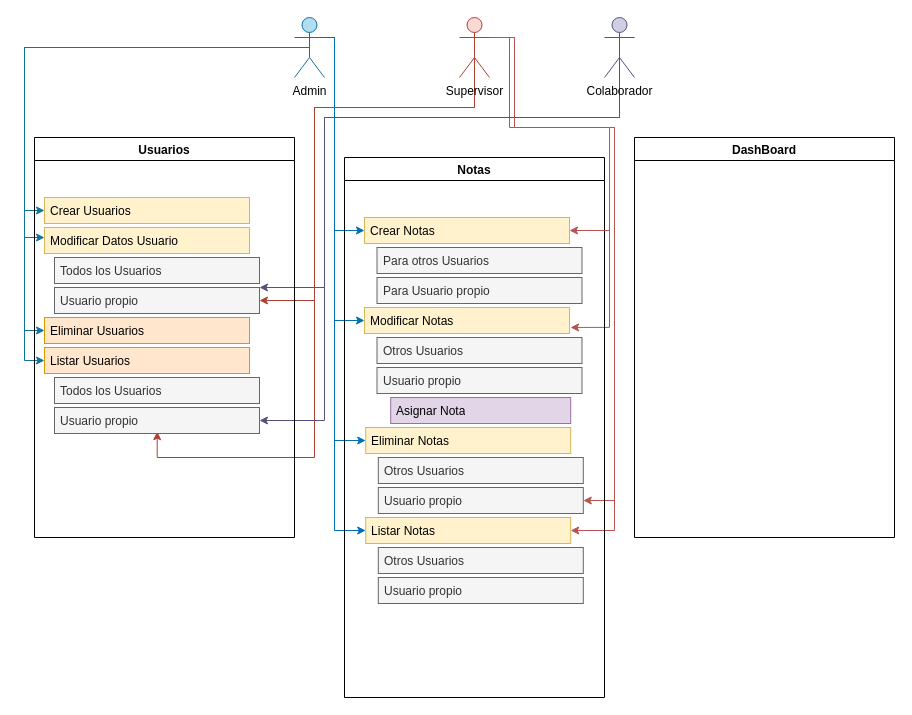
DANIELNAHUN/todo-app- keeps this draw.io diagram as config/todoApp++.drawio. Above is the earlier version. Source tidied: cells renumbered, new cells numbered last; positions are measured from the earlier drawing's top-left corner, leaving out a move shared by most shapes. Both pictures are drawn from the tidied source at 100%, with x=0, y=0 at pixel (24, 17).
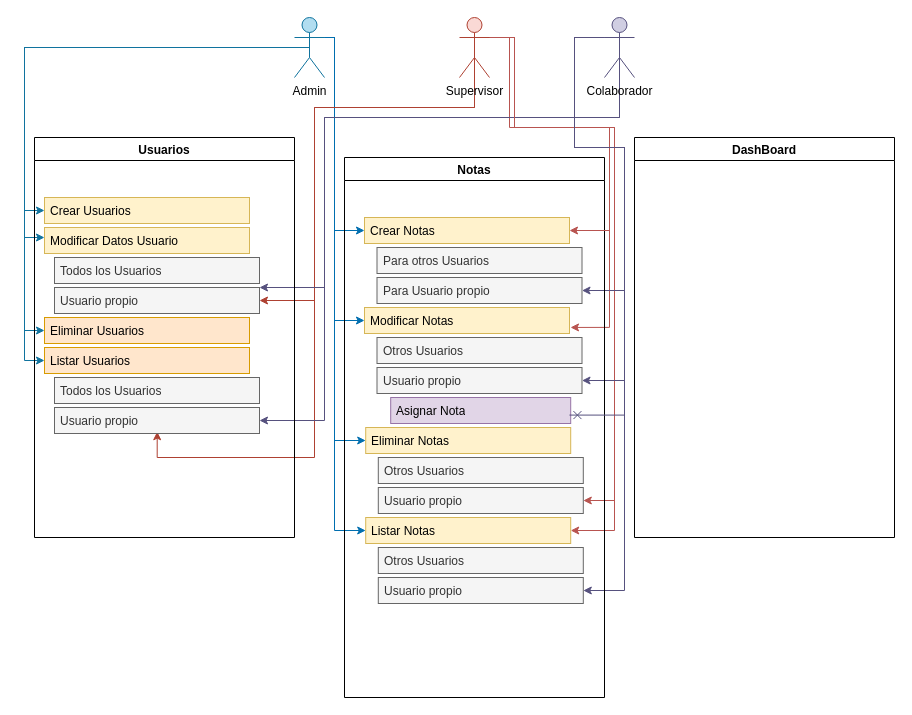
The same page after the edit.

Commit message:
Modulo Notas para Colaborador

Unchanged cells that the change refers to:
```xml
<mxCell id="19" value="Colaborador" style="shape=umlActor;verticalLabelPosition=bottom;verticalAlign=top;html=1;outlineConnect=0;fillColor=#d0cee2;strokeColor=#56517e;" parent="1" vertex="1">
  <mxGeometry x="580" width="30" height="60" as="geometry" />
</mxCell>
<mxCell id="33" value="Para Usuario propio" style="text;strokeColor=#666666;fillColor=#f5f5f5;align=left;verticalAlign=top;spacingLeft=4;spacingRight=4;overflow=hidden;points=[[0,0.5],[1,0.5]];portConstraint=eastwest;whiteSpace=wrap;html=1;fontColor=#333333;" parent="29" vertex="1">
  <mxGeometry x="32.5" y="120" width="205" height="26" as="geometry" />
</mxCell>
<mxCell id="35" value="Usuario propio" style="text;strokeColor=#666666;fillColor=#f5f5f5;align=left;verticalAlign=top;spacingLeft=4;spacingRight=4;overflow=hidden;points=[[0,0.5],[1,0.5]];portConstraint=eastwest;whiteSpace=wrap;html=1;fontColor=#333333;" parent="29" vertex="1">
  <mxGeometry x="32.5" y="210" width="205" height="26" as="geometry" />
</mxCell>
<mxCell id="40" value="Usuario propio" style="text;strokeColor=#666666;fillColor=#f5f5f5;align=left;verticalAlign=top;spacingLeft=4;spacingRight=4;overflow=hidden;points=[[0,0.5],[1,0.5]];portConstraint=eastwest;whiteSpace=wrap;html=1;fontColor=#333333;" parent="29" vertex="1">
  <mxGeometry x="33.8" y="420" width="205" height="26" as="geometry" />
</mxCell>
<mxCell id="42" value="Asignar Nota" style="text;strokeColor=#9673a6;fillColor=#e1d5e7;align=left;verticalAlign=top;spacingLeft=4;spacingRight=4;overflow=hidden;points=[[0,0.5],[1,0.5]];portConstraint=eastwest;whiteSpace=wrap;html=1;" parent="29" vertex="1">
  <mxGeometry x="46.2" y="240" width="180" height="26" as="geometry" />
</mxCell>
```

What changed in the source:
```diff
@@
+    <mxCell id="45" style="edgeStyle=orthogonalEdgeStyle;rounded=0;jettySize=auto;html=1;exitX=0;exitY=0.3333333333333333;exitDx=0;exitDy=0;exitPerimeter=0;entryX=1;entryY=0.5;entryDx=0;entryDy=0;fillColor=#d0cee2;strokeColor=#56517e;" parent="1" edge="1" source="19" target="33">
+      <mxGeometry relative="1" as="geometry">
+        <Array as="points">
+          <mxPoint x="550" y="20" />
+          <mxPoint x="550" y="130" />
+          <mxPoint x="600" y="130" />
+          <mxPoint x="600" y="273" />
+        </Array>
+      </mxGeometry>
+    </mxCell>
+    <mxCell id="46" style="edgeStyle=orthogonalEdgeStyle;rounded=0;jettySize=auto;html=1;exitX=0;exitY=0.3333333333333333;exitDx=0;exitDy=0;exitPerimeter=0;entryX=1;entryY=0.5;entryDx=0;entryDy=0;fillColor=#d0cee2;strokeColor=#56517e;" parent="1" edge="1" source="19" target="35">
+      <mxGeometry relative="1" as="geometry">
+        <Array as="points">
+          <mxPoint x="550" y="20" />
+          <mxPoint x="550" y="130" />
+          <mxPoint x="600" y="130" />
+          <mxPoint x="600" y="363" />
+        </Array>
+      </mxGeometry>
+    </mxCell>
+    <mxCell id="47" style="edgeStyle=orthogonalEdgeStyle;rounded=0;jettySize=auto;html=1;exitX=0;exitY=0.3333333333333333;exitDx=0;exitDy=0;exitPerimeter=0;entryX=1;entryY=0.5;entryDx=0;entryDy=0;fillColor=#d0cee2;strokeColor=#56517e;" parent="1" edge="1" source="19" target="40">
+      <mxGeometry relative="1" as="geometry">
+        <Array as="points">
+          <mxPoint x="550" y="20" />
+          <mxPoint x="550" y="130" />
+          <mxPoint x="600" y="130" />
+          <mxPoint x="600" y="573" />
+        </Array>
+      </mxGeometry>
+    </mxCell>
@@
+    <mxCell id="48" style="edgeStyle=orthogonalEdgeStyle;rounded=0;jettySize=auto;html=1;exitX=0;exitY=0.3333333333333333;exitDx=0;exitDy=0;exitPerimeter=0;entryX=0.993;entryY=0.676;entryDx=0;entryDy=0;entryPerimeter=0;endArrow=cross;endFill=0;fillColor=#d0cee2;strokeColor=#56517e;" parent="1" edge="1" source="19" target="42">
+      <mxGeometry relative="1" as="geometry">
+        <Array as="points">
+          <mxPoint x="550" y="20" />
+          <mxPoint x="550" y="130" />
+          <mxPoint x="600" y="130" />
+          <mxPoint x="600" y="398" />
+        </Array>
+      </mxGeometry>
+    </mxCell>
```
